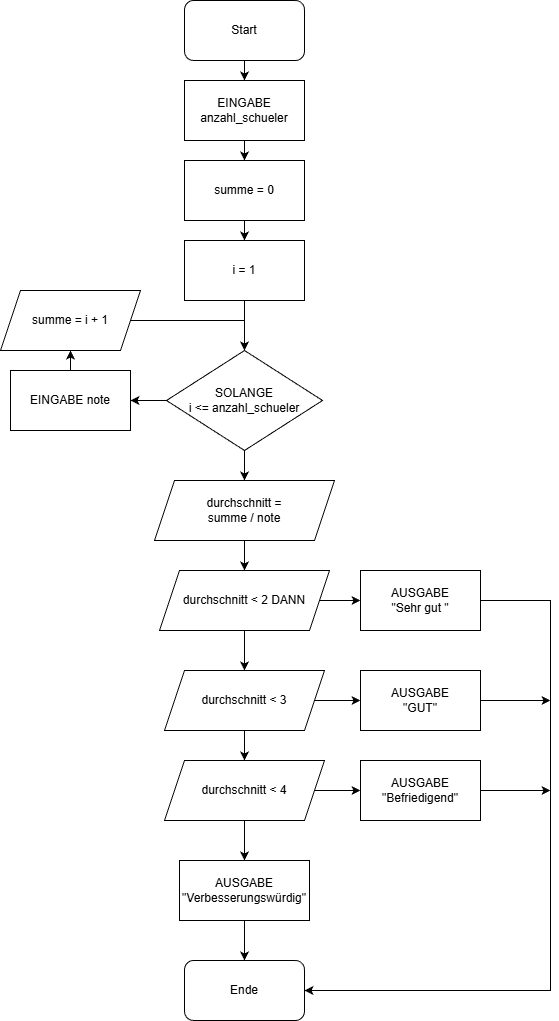
This is Uebungen/progablauf2.drawio.png from Odin2325/TQ5, a draw.io export, as it was before one commit. Source tidied: cells renumbered, new cells last; positions are measured from the earlier drawing's top-left corner, leaving out a move shared by most shapes. Source of this version:
```xml
<mxGraphModel>
  <root>
    <mxCell id="0" />
    <mxCell id="1" parent="0" />
    <mxCell id="2" style="edgeStyle=orthogonalEdgeStyle;rounded=0;jettySize=auto;html=1;entryX=0.5;entryY=0;entryDx=0;entryDy=0;" parent="1" edge="1" source="3" target="5">
      <mxGeometry relative="1" as="geometry" />
    </mxCell>
    <mxCell id="3" value="Start" style="rounded=1;whiteSpace=wrap;html=1;" parent="1" vertex="1">
      <mxGeometry x="184" width="120" height="60" as="geometry" />
    </mxCell>
    <mxCell id="4" style="edgeStyle=orthogonalEdgeStyle;rounded=0;jettySize=auto;html=1;entryX=0.5;entryY=0;entryDx=0;entryDy=0;" parent="1" edge="1" source="5" target="7">
      <mxGeometry relative="1" as="geometry" />
    </mxCell>
    <mxCell id="5" value="EINGABE anzahl_schueler" style="rounded=0;whiteSpace=wrap;html=1;" parent="1" vertex="1">
      <mxGeometry x="184" y="80" width="120" height="60" as="geometry" />
    </mxCell>
    <mxCell id="6" style="edgeStyle=orthogonalEdgeStyle;rounded=0;jettySize=auto;html=1;" parent="1" edge="1" source="7" target="9">
      <mxGeometry relative="1" as="geometry" />
    </mxCell>
    <mxCell id="7" value="summe = 0" style="rounded=0;whiteSpace=wrap;html=1;" parent="1" vertex="1">
      <mxGeometry x="184" y="160" width="120" height="60" as="geometry" />
    </mxCell>
    <mxCell id="8" style="edgeStyle=orthogonalEdgeStyle;rounded=0;jettySize=auto;html=1;entryX=0.5;entryY=0;entryDx=0;entryDy=0;" parent="1" edge="1" source="9" target="12">
      <mxGeometry relative="1" as="geometry" />
    </mxCell>
    <mxCell id="9" value="i = 1" style="rounded=0;whiteSpace=wrap;html=1;" parent="1" vertex="1">
      <mxGeometry x="184" y="240" width="120" height="60" as="geometry" />
    </mxCell>
    <mxCell id="10" style="edgeStyle=orthogonalEdgeStyle;rounded=0;jettySize=auto;html=1;entryX=1;entryY=0.5;entryDx=0;entryDy=0;" parent="1" edge="1" source="12" target="14">
      <mxGeometry relative="1" as="geometry" />
    </mxCell>
    <mxCell id="11" style="edgeStyle=orthogonalEdgeStyle;rounded=0;jettySize=auto;html=1;entryX=0.5;entryY=0;entryDx=0;entryDy=0;" parent="1" edge="1" source="12" target="18">
      <mxGeometry relative="1" as="geometry" />
    </mxCell>
    <mxCell id="12" value="SOLANGE&lt;div&gt;i &amp;lt;= anzahl_schueler&lt;/div&gt;" style="rhombus;whiteSpace=wrap;html=1;" parent="1" vertex="1">
      <mxGeometry x="166" y="350" width="156" height="100" as="geometry" />
    </mxCell>
    <mxCell id="13" style="edgeStyle=orthogonalEdgeStyle;rounded=0;jettySize=auto;html=1;entryX=0.5;entryY=1;entryDx=0;entryDy=0;" parent="1" edge="1" source="14" target="16">
      <mxGeometry relative="1" as="geometry" />
    </mxCell>
    <mxCell id="14" value="EINGABE note" style="rounded=0;whiteSpace=wrap;html=1;" parent="1" vertex="1">
      <mxGeometry x="10" y="370" width="120" height="60" as="geometry" />
    </mxCell>
    <mxCell id="15" style="edgeStyle=orthogonalEdgeStyle;rounded=0;orthogonalLoop=1;jettySize=auto;html=1;" parent="1" edge="1">
      <mxGeometry relative="1" as="geometry">
        <mxPoint x="124" y="320" as="sourcePoint" />
        <mxPoint x="244" y="350" as="targetPoint" />
        <Array as="points">
          <mxPoint x="244" y="320" />
        </Array>
      </mxGeometry>
    </mxCell>
    <mxCell id="16" value="summe = i + 1" style="shape=parallelogram;perimeter=parallelogramPerimeter;whiteSpace=wrap;html=1;fixedSize=1;" parent="1" vertex="1">
      <mxGeometry y="290" width="140" height="60" as="geometry" />
    </mxCell>
    <mxCell id="17" style="edgeStyle=orthogonalEdgeStyle;rounded=0;jettySize=auto;html=1;entryX=0.5;entryY=0;entryDx=0;entryDy=0;" parent="1" edge="1" source="18" target="21">
      <mxGeometry relative="1" as="geometry" />
    </mxCell>
    <mxCell id="18" value="durchschnitt =&lt;div&gt;summe / note&lt;/div&gt;" style="shape=parallelogram;perimeter=parallelogramPerimeter;whiteSpace=wrap;html=1;fixedSize=1;" parent="1" vertex="1">
      <mxGeometry x="154" y="480" width="180" height="60" as="geometry" />
    </mxCell>
    <mxCell id="19" style="edgeStyle=orthogonalEdgeStyle;rounded=0;jettySize=auto;html=1;entryX=0.5;entryY=0;entryDx=0;entryDy=0;" parent="1" edge="1" source="21" target="26">
      <mxGeometry relative="1" as="geometry" />
    </mxCell>
    <mxCell id="20" style="edgeStyle=orthogonalEdgeStyle;rounded=0;jettySize=auto;html=1;entryX=0;entryY=0.5;entryDx=0;entryDy=0;" parent="1" edge="1" source="21" target="23">
      <mxGeometry relative="1" as="geometry" />
    </mxCell>
    <mxCell id="21" value="durchschnitt &amp;lt; 2 DANN" style="shape=parallelogram;perimeter=parallelogramPerimeter;whiteSpace=wrap;html=1;fixedSize=1;" parent="1" vertex="1">
      <mxGeometry x="159" y="570" width="170" height="60" as="geometry" />
    </mxCell>
    <mxCell id="22" style="edgeStyle=orthogonalEdgeStyle;rounded=0;jettySize=auto;html=1;entryX=1;entryY=0.5;entryDx=0;entryDy=0;" parent="1" edge="1" source="23" target="36">
      <mxGeometry relative="1" as="geometry">
        <Array as="points">
          <mxPoint x="550" y="600" />
          <mxPoint x="550" y="990" />
        </Array>
      </mxGeometry>
    </mxCell>
    <mxCell id="23" value="AUSGABE&lt;div&gt;&quot;Sehr gut &quot;&lt;/div&gt;" style="rounded=0;whiteSpace=wrap;html=1;" parent="1" vertex="1">
      <mxGeometry x="360" y="570" width="120" height="60" as="geometry" />
    </mxCell>
    <mxCell id="24" style="edgeStyle=orthogonalEdgeStyle;rounded=0;jettySize=auto;html=1;entryX=0.5;entryY=0;entryDx=0;entryDy=0;" parent="1" edge="1" source="26" target="31">
      <mxGeometry relative="1" as="geometry" />
    </mxCell>
    <mxCell id="25" style="edgeStyle=orthogonalEdgeStyle;rounded=0;jettySize=auto;html=1;entryX=0;entryY=0.5;entryDx=0;entryDy=0;" parent="1" edge="1" source="26" target="28">
      <mxGeometry relative="1" as="geometry" />
    </mxCell>
    <mxCell id="26" value="durchschnitt &amp;lt; 3" style="shape=parallelogram;perimeter=parallelogramPerimeter;whiteSpace=wrap;html=1;fixedSize=1;" parent="1" vertex="1">
      <mxGeometry x="164" y="670" width="160" height="60" as="geometry" />
    </mxCell>
    <mxCell id="27" style="edgeStyle=orthogonalEdgeStyle;rounded=0;jettySize=auto;html=1;" parent="1" edge="1" source="28">
      <mxGeometry relative="1" as="geometry">
        <mxPoint x="550" y="700" as="targetPoint" />
      </mxGeometry>
    </mxCell>
    <mxCell id="28" value="AUSGABE&lt;div&gt;&quot;GUT&quot;&lt;/div&gt;" style="rounded=0;whiteSpace=wrap;html=1;" parent="1" vertex="1">
      <mxGeometry x="360" y="670" width="120" height="60" as="geometry" />
    </mxCell>
    <mxCell id="29" style="edgeStyle=orthogonalEdgeStyle;rounded=0;jettySize=auto;html=1;entryX=0.5;entryY=0;entryDx=0;entryDy=0;" parent="1" edge="1" source="31" target="35">
      <mxGeometry relative="1" as="geometry" />
    </mxCell>
    <mxCell id="30" style="edgeStyle=orthogonalEdgeStyle;rounded=0;jettySize=auto;html=1;entryX=0;entryY=0.5;entryDx=0;entryDy=0;" parent="1" edge="1" source="31" target="33">
      <mxGeometry relative="1" as="geometry" />
    </mxCell>
    <mxCell id="31" value="durchschnitt &amp;lt; 4" style="shape=parallelogram;perimeter=parallelogramPerimeter;whiteSpace=wrap;html=1;fixedSize=1;" parent="1" vertex="1">
      <mxGeometry x="164" y="760" width="160" height="60" as="geometry" />
    </mxCell>
    <mxCell id="32" style="edgeStyle=orthogonalEdgeStyle;rounded=0;jettySize=auto;html=1;" parent="1" edge="1" source="33">
      <mxGeometry relative="1" as="geometry">
        <mxPoint x="550" y="790" as="targetPoint" />
      </mxGeometry>
    </mxCell>
    <mxCell id="33" value="AUSGABE&lt;div&gt;&quot;Befriedigend&quot;&lt;/div&gt;" style="rounded=0;whiteSpace=wrap;html=1;" parent="1" vertex="1">
      <mxGeometry x="360" y="760" width="120" height="60" as="geometry" />
    </mxCell>
    <mxCell id="34" style="edgeStyle=orthogonalEdgeStyle;rounded=0;jettySize=auto;html=1;entryX=0.5;entryY=0;entryDx=0;entryDy=0;" parent="1" edge="1" source="35" target="36">
      <mxGeometry relative="1" as="geometry" />
    </mxCell>
    <mxCell id="35" value="AUSGABE&lt;div&gt;&quot;Verbesserungswürdig&quot;&lt;/div&gt;" style="rounded=0;whiteSpace=wrap;html=1;" parent="1" vertex="1">
      <mxGeometry x="179" y="860" width="130" height="60" as="geometry" />
    </mxCell>
    <mxCell id="36" value="Ende" style="rounded=1;whiteSpace=wrap;html=1;" parent="1" vertex="1">
      <mxGeometry x="184" y="960" width="120" height="60" as="geometry" />
    </mxCell>
  </root>
</mxGraphModel>
```
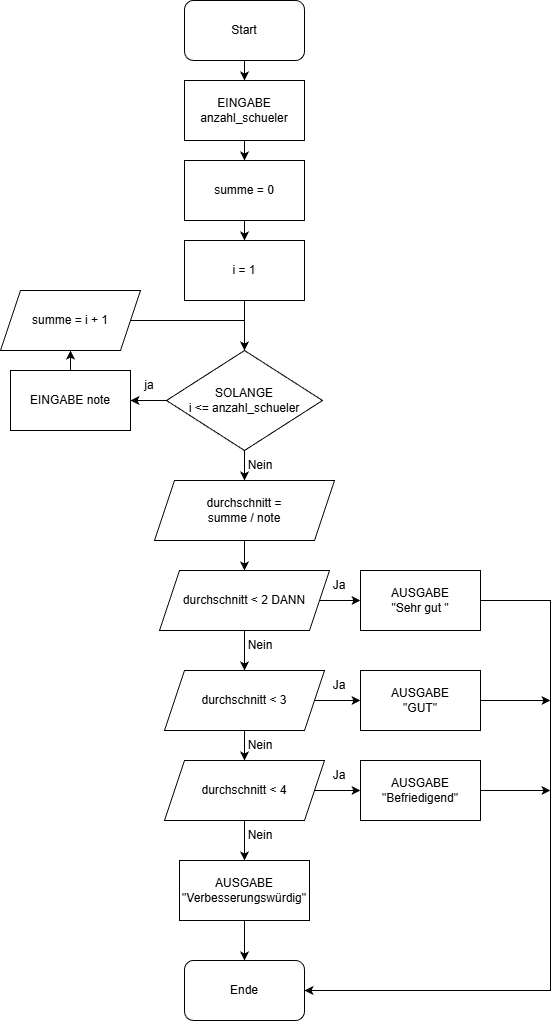
Later version of the same file.

The edit, as a diff of the source:
```diff
@@ -122,5 +122,29 @@
     <mxCell id="36" value="Ende" style="rounded=1;whiteSpace=wrap;html=1;" parent="1" vertex="1">
       <mxGeometry x="184" y="960" width="120" height="60" as="geometry" />
     </mxCell>
+    <mxCell id="37" value="ja" style="text;html=1;whiteSpace=wrap;strokeColor=none;fillColor=none;align=center;verticalAlign=middle;rounded=0;" parent="1" vertex="1">
+      <mxGeometry x="119" y="370" width="60" height="30" as="geometry" />
+    </mxCell>
+    <mxCell id="38" value="Nein" style="text;html=1;whiteSpace=wrap;strokeColor=none;fillColor=none;align=center;verticalAlign=middle;rounded=0;" parent="1" vertex="1">
+      <mxGeometry x="230" y="450" width="60" height="30" as="geometry" />
+    </mxCell>
+    <mxCell id="39" value="Ja" style="text;html=1;whiteSpace=wrap;strokeColor=none;fillColor=none;align=center;verticalAlign=middle;rounded=0;" parent="1" vertex="1">
+      <mxGeometry x="309" y="570" width="60" height="30" as="geometry" />
+    </mxCell>
+    <mxCell id="40" value="Nein" style="text;html=1;whiteSpace=wrap;strokeColor=none;fillColor=none;align=center;verticalAlign=middle;rounded=0;" parent="1" vertex="1">
+      <mxGeometry x="230" y="630" width="60" height="30" as="geometry" />
+    </mxCell>
+    <mxCell id="41" value="Nein" style="text;html=1;whiteSpace=wrap;strokeColor=none;fillColor=none;align=center;verticalAlign=middle;rounded=0;" parent="1" vertex="1">
+      <mxGeometry x="230" y="730" width="60" height="30" as="geometry" />
+    </mxCell>
+    <mxCell id="42" value="Ja" style="text;html=1;whiteSpace=wrap;strokeColor=none;fillColor=none;align=center;verticalAlign=middle;rounded=0;" parent="1" vertex="1">
+      <mxGeometry x="309" y="670" width="60" height="30" as="geometry" />
+    </mxCell>
+    <mxCell id="43" value="Nein" style="text;html=1;whiteSpace=wrap;strokeColor=none;fillColor=none;align=center;verticalAlign=middle;rounded=0;" parent="1" vertex="1">
+      <mxGeometry x="230" y="820" width="60" height="30" as="geometry" />
+    </mxCell>
+    <mxCell id="44" value="Ja" style="text;html=1;whiteSpace=wrap;strokeColor=none;fillColor=none;align=center;verticalAlign=middle;rounded=0;" parent="1" vertex="1">
+      <mxGeometry x="309" y="760" width="60" height="30" as="geometry" />
+    </mxCell>
   </root>
 </mxGraphModel>
```
